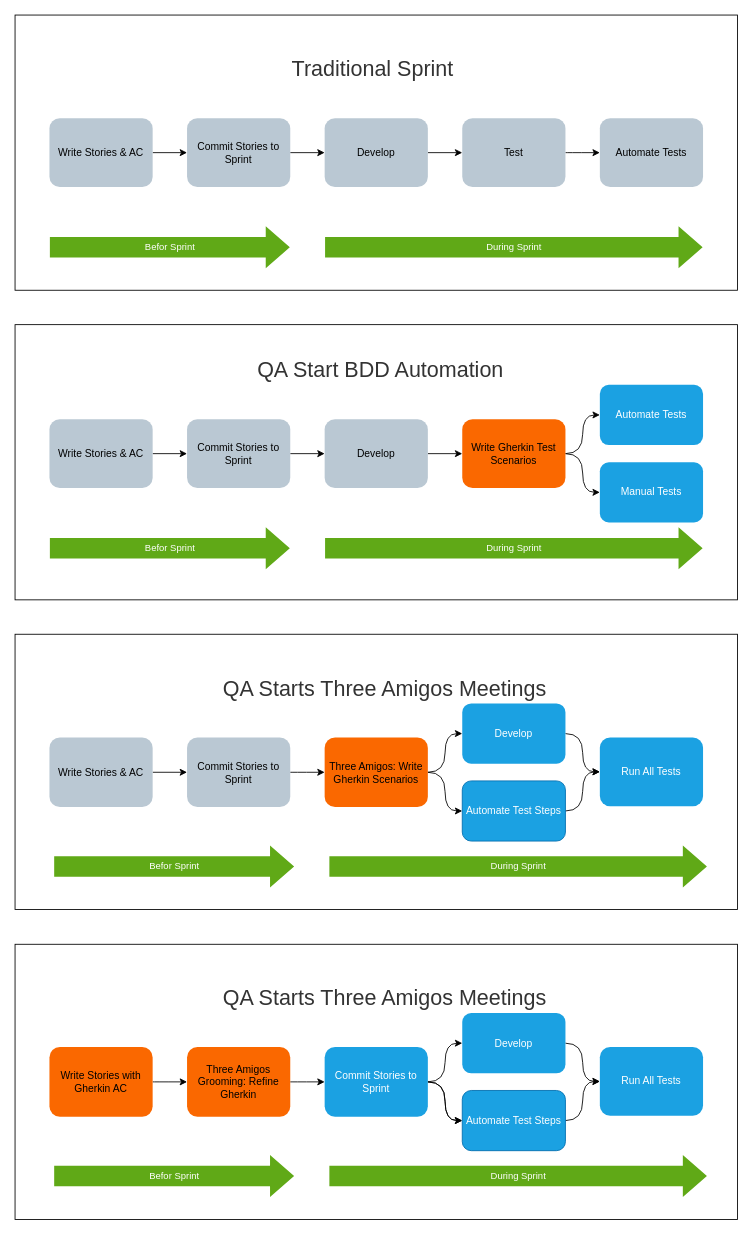
This is page "QA-Led BDD" (1 of 2) of TestCases.drawio from gaivin/drawio, a draw.io file, before an edit. Source tidied: cells renumbered, new cells numbered last; positions are measured from the earlier drawing's top-left corner, leaving out a move shared by most shapes. Both pictures are drawn from the tidied source at 86%, with x=0, y=0 at pixel (15, 15).
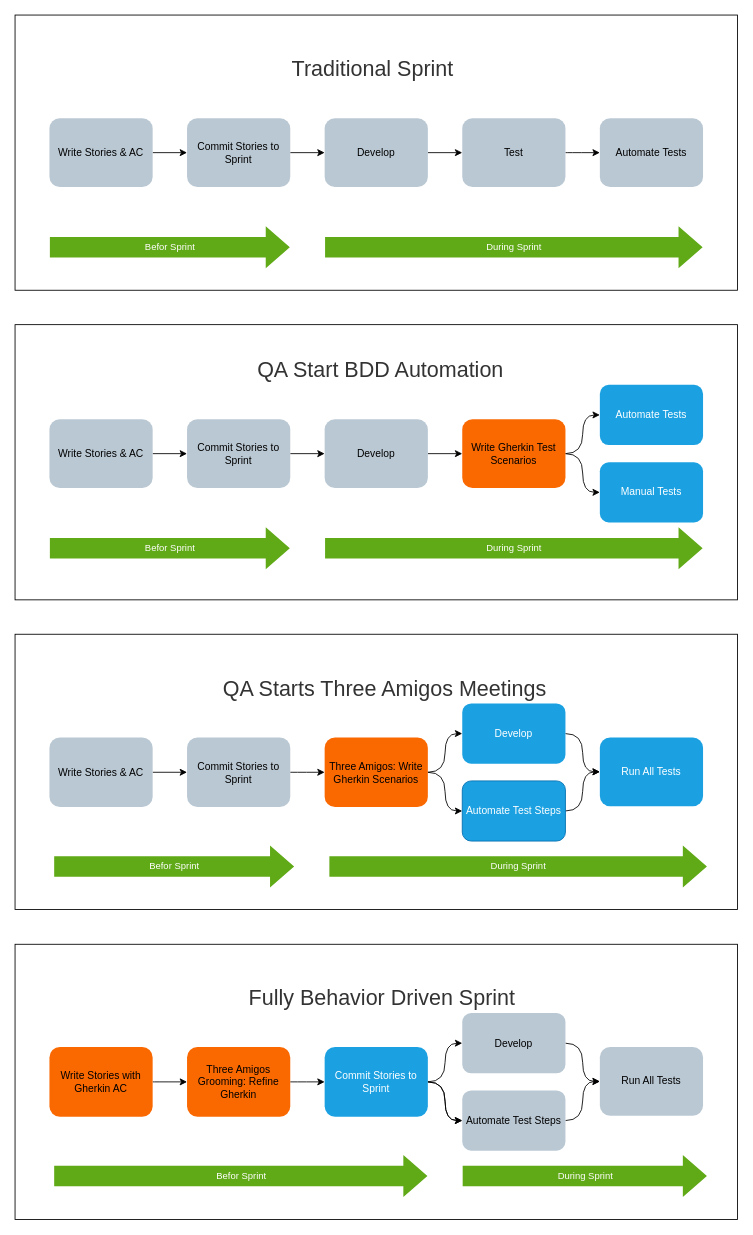
The same page after the edit.

Commit message:
Add Dev led BDD

The edit, as a diff of the source:
```diff
@@
-    <mxCell id="53" value="Run All Tests" style="rounded=1;whiteSpace=wrap;html=1;fillColor=#1ba1e2;strokeColor=none;fontColor=#ffffff;" parent="1" vertex="1">
+    <mxCell id="53" value="Run All Tests" style="rounded=1;whiteSpace=wrap;html=1;fillColor=#bac8d3;strokeColor=none;" parent="1" vertex="1">
       <mxGeometry x="680" y="1200" width="120" height="80" as="geometry" />
     </mxCell>
@@
-    <mxCell id="57" value="Develop" style="rounded=1;whiteSpace=wrap;html=1;fillColor=#1ba1e2;strokeColor=none;fontColor=#ffffff;" parent="1" vertex="1">
+    <mxCell id="57" value="Develop" style="rounded=1;whiteSpace=wrap;html=1;fillColor=#bac8d3;strokeColor=none;" parent="1" vertex="1">
       <mxGeometry x="520" y="1160.5" width="120" height="70" as="geometry" />
     </mxCell>
     <mxCell id="58" value="Befor Sprint" style="shape=flexArrow;endArrow=classic;html=1;rounded=0;width=24;endSize=9;endWidth=24;fillColor=#60a917;strokeColor=none;labelBackgroundColor=none;labelBorderColor=none;fontColor=#FFFFFF;" parent="1" edge="1">
       <mxGeometry relative="1" as="geometry">
         <mxPoint x="45" y="1350" as="sourcePoint" />
-        <mxPoint x="325" y="1350" as="targetPoint" />
+        <mxPoint x="480" y="1350" as="targetPoint" />
       </mxGeometry>
     </mxCell>
     <mxCell id="59" value="During Sprint" style="shape=flexArrow;endArrow=classic;html=1;rounded=0;width=24;endSize=9;endWidth=24;fillColor=#60a917;strokeColor=none;labelBackgroundColor=none;labelBorderColor=none;fontColor=#FFFFFF;" parent="1" edge="1">
       <mxGeometry relative="1" as="geometry">
-        <mxPoint x="365" y="1350" as="sourcePoint" />
+        <mxPoint x="520" y="1350" as="sourcePoint" />
         <mxPoint x="805" y="1350" as="targetPoint" />
       </mxGeometry>
     </mxCell>
-    <mxCell id="60" value="&lt;font color=&quot;#333333&quot; style=&quot;font-size: 25px&quot;&gt;&lt;span style=&quot;font-size: 25px ; background-color: rgb(255 , 255 , 255)&quot;&gt;&lt;span style=&quot;font-size: 25px&quot;&gt;QA Starts Three Amigos Meetings&lt;/span&gt;&lt;/span&gt;&lt;/font&gt;" style="text;whiteSpace=wrap;html=1;fontColor=#FFFFFF;fontSize=25;fontStyle=0;fontFamily=Helvetica;" parent="1" vertex="1">
-      <mxGeometry x="240" y="1121" width="400" height="50" as="geometry" />
+    <mxCell id="60" value="&lt;font color=&quot;#333333&quot; style=&quot;font-size: 25px&quot;&gt;&lt;span style=&quot;font-size: 25px ; background-color: rgb(255 , 255 , 255)&quot;&gt;&lt;span style=&quot;font-size: 25px&quot;&gt;Fully Behavior Driven Sprint&lt;/span&gt;&lt;/span&gt;&lt;/font&gt;" style="text;whiteSpace=wrap;html=1;fontColor=#FFFFFF;fontSize=25;fontStyle=0;fontFamily=Helvetica;" parent="1" vertex="1">
+      <mxGeometry x="270" y="1121" width="340" height="50" as="geometry" />
     </mxCell>
@@
-    <mxCell id="62" value="Automate Test Steps" style="rounded=1;whiteSpace=wrap;html=1;fillColor=#1ba1e2;strokeColor=#006EAF;fontColor=#ffffff;" parent="1" vertex="1">
+    <mxCell id="62" value="Automate Test Steps" style="rounded=1;whiteSpace=wrap;html=1;fillColor=#bac8d3;strokeColor=none;" parent="1" vertex="1">
       <mxGeometry x="520" y="1250.5" width="120" height="70" as="geometry" />
     </mxCell>
```
